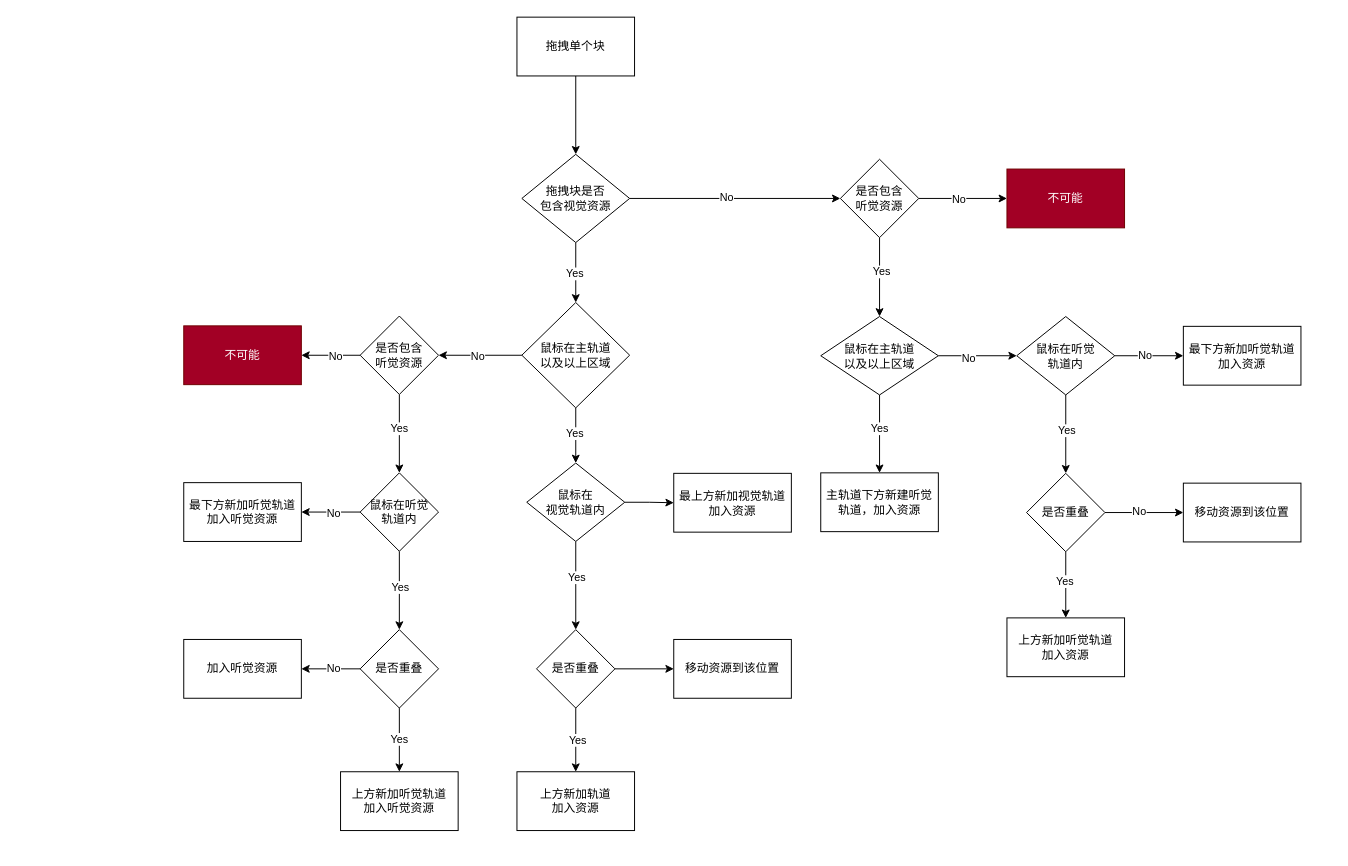
Before: page "第 2 页" (2 of 3) of drag flow.drawio in macfanr/drawio, a draw.io diagram. Source tidied: cells renumbered, new cells numbered last; positions are measured from the earlier drawing's top-left corner, leaving out a move shared by most shapes. Both pictures are drawn from the tidied source at 98%, with x=0, y=0 at pixel (183, 17).
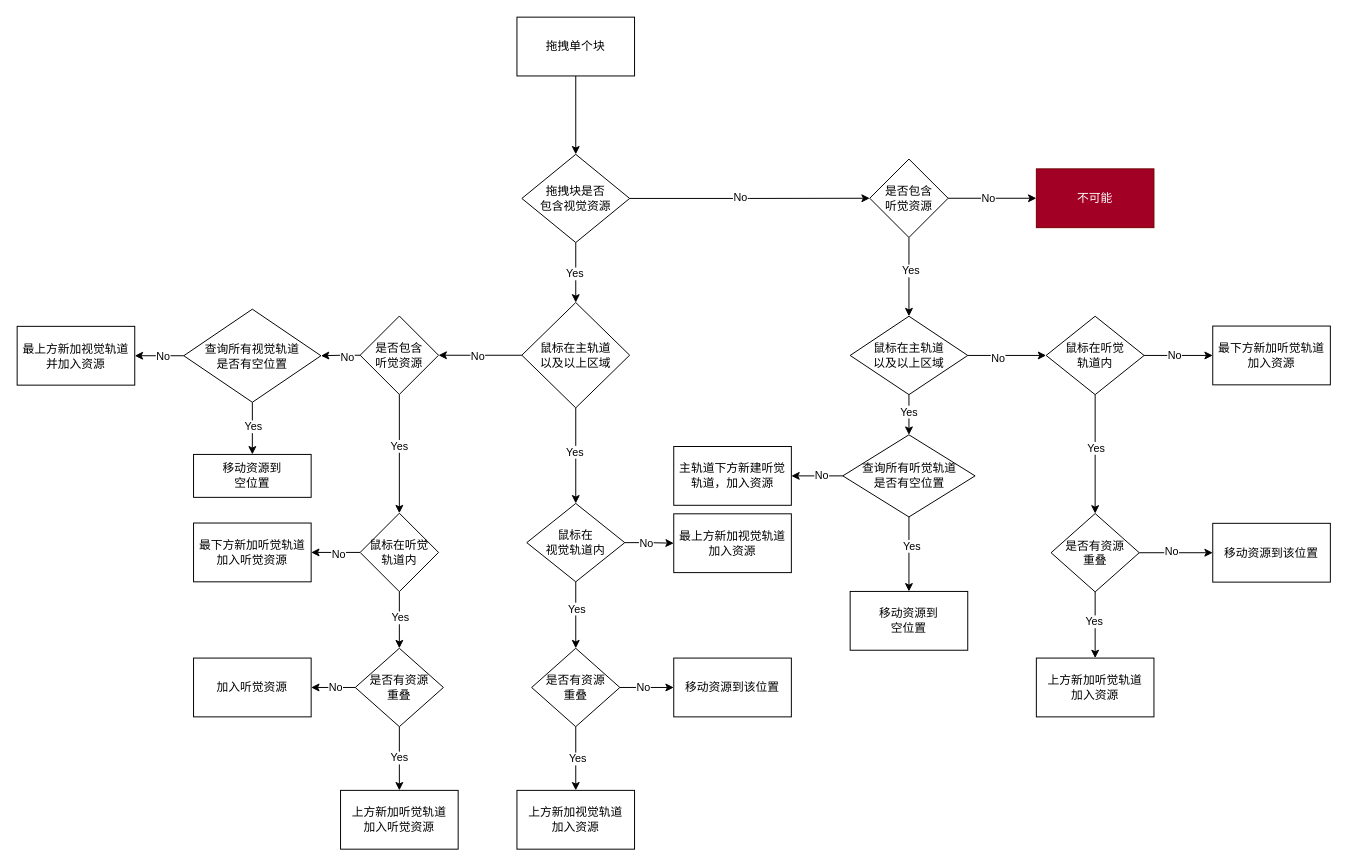
The same page after the edit.

Unchanged cells that the change refers to:
```xml
<mxCell id="18" value="&lt;span&gt;鼠标在主轨道&lt;/span&gt;&lt;br&gt;&lt;span&gt;以及以上区域&lt;/span&gt;" style="rhombus;whiteSpace=wrap;html=1;" parent="1" vertex="1">
  <mxGeometry x="345" y="291.2" width="110" height="107.5" as="geometry" />
</mxCell>
<mxCell id="41" style="edgeStyle=orthogonalEdgeStyle;rounded=0;jettySize=auto;html=1;" parent="1" edge="1" source="42" target="68">
  <mxGeometry relative="1" as="geometry" />
</mxCell>
<mxCell id="47" value="&lt;span&gt;是否包含&lt;/span&gt;&lt;br&gt;&lt;span&gt;听觉资源&lt;/span&gt;" style="rhombus;whiteSpace=wrap;html=1;" parent="1" vertex="1">
  <mxGeometry x="180" y="305" width="80" height="80" as="geometry" />
</mxCell>
<mxCell id="64" style="edgeStyle=orthogonalEdgeStyle;rounded=0;jettySize=auto;html=1;" parent="1" edge="1" source="65" target="67">
  <mxGeometry relative="1" as="geometry" />
</mxCell>
```

What changed in the source:
```diff
@@
-    <mxCell id="9" style="edgeStyle=orthogonalEdgeStyle;rounded=0;jettySize=auto;html=1;" parent="1" edge="1" source="13" target="19">
-      <mxGeometry relative="1" as="geometry" />
-    </mxCell>
-    <mxCell id="10" value="Yes" style="edgeLabel;html=1;align=center;verticalAlign=middle;" parent="9" vertex="1">
-      <mxGeometry x="-0.17" y="-1" relative="1" as="geometry">
-        <mxPoint y="1" as="offset" />
-      </mxGeometry>
-    </mxCell>
@@
+    <mxCell id="69" style="edgeStyle=orthogonalEdgeStyle;rounded=0;jettySize=auto;html=1;entryX=0.5;entryY=0;entryDx=0;entryDy=0;" parent="1" edge="1" source="13" target="83">
+      <mxGeometry relative="1" as="geometry" />
+    </mxCell>
+    <mxCell id="70" value="Yes" style="edgeLabel;html=1;align=center;verticalAlign=middle;" parent="69" vertex="1">
+      <mxGeometry x="-0.17" y="-1" relative="1" as="geometry" />
+    </mxCell>
     <mxCell id="13" value="鼠标在主轨道&lt;br&gt;以及以上区域" style="rhombus;whiteSpace=wrap;html=1;" parent="1" vertex="1">
-      <mxGeometry x="650" y="305.5" width="120" height="80" as="geometry" />
+      <mxGeometry x="680" y="305.2" width="120" height="80" as="geometry" />
     </mxCell>
-    <mxCell id="14" style="edgeStyle=orthogonalEdgeStyle;rounded=0;jettySize=auto;html=1;" parent="1" edge="1" source="18" target="42">
+    <mxCell id="14" style="edgeStyle=orthogonalEdgeStyle;rounded=0;jettySize=auto;html=1;exitX=0.5;exitY=1;exitDx=0;exitDy=0;" parent="1" edge="1" source="18" target="42">
       <mxGeometry relative="1" as="geometry" />
     </mxCell>
@@
-    <mxCell id="19" value="主轨道下方新建听觉&lt;br&gt;轨道，加入资源" style="whiteSpace=wrap;html=1;" parent="1" vertex="1">
-      <mxGeometry x="650" y="465" width="120" height="60" as="geometry" />
+    <mxCell id="19" value="移动资源到&lt;br&gt;空位置" style="whiteSpace=wrap;html=1;" parent="1" vertex="1">
+      <mxGeometry x="680" y="586" width="120" height="60" as="geometry" />
     </mxCell>
@@
     <mxCell id="24" value="鼠标在听觉&lt;br&gt;轨道内" style="rhombus;whiteSpace=wrap;html=1;" parent="1" vertex="1">
-      <mxGeometry x="850" y="305.5" width="100" height="80" as="geometry" />
+      <mxGeometry x="880" y="305.2" width="100" height="80" as="geometry" />
     </mxCell>
@@
-    <mxCell id="29" value="是否重叠" style="rhombus;whiteSpace=wrap;html=1;" parent="1" vertex="1">
-      <mxGeometry x="860" y="465.5" width="80" height="80" as="geometry" />
+    <mxCell id="29" value="是否有资源&lt;br&gt;重叠" style="rhombus;whiteSpace=wrap;html=1;" parent="1" vertex="1">
+      <mxGeometry x="885" y="506.5" width="90" height="80" as="geometry" />
     </mxCell>
     <mxCell id="30" value="最下方新加听觉轨道&lt;br&gt;加入资源" style="whiteSpace=wrap;html=1;" parent="1" vertex="1">
-      <mxGeometry x="1020" y="315.5" width="120" height="60" as="geometry" />
+      <mxGeometry x="1050" y="315.2" width="120" height="60" as="geometry" />
     </mxCell>
     <mxCell id="31" value="移动资源到该位置" style="whiteSpace=wrap;html=1;" parent="1" vertex="1">
-      <mxGeometry x="1020" y="475.5" width="120" height="60" as="geometry" />
+      <mxGeometry x="1050" y="516.5" width="120" height="60" as="geometry" />
     </mxCell>
     <mxCell id="32" value="上方新加听觉轨道&lt;br&gt;加入资源" style="whiteSpace=wrap;html=1;" parent="1" vertex="1">
-      <mxGeometry x="840" y="613" width="120" height="60" as="geometry" />
+      <mxGeometry x="870" y="654" width="120" height="60" as="geometry" />
     </mxCell>
@@
     <mxCell id="37" value="是否包含&lt;br&gt;听觉资源" style="rhombus;whiteSpace=wrap;html=1;" parent="1" vertex="1">
-      <mxGeometry x="670" y="145" width="80" height="80" as="geometry" />
+      <mxGeometry x="700" y="144.8" width="80" height="80" as="geometry" />
     </mxCell>
     <mxCell id="38" value="不可能" style="whiteSpace=wrap;html=1;fillColor=#a20025;fontColor=#ffffff;strokeColor=#6F0000;" parent="1" vertex="1">
-      <mxGeometry x="840" y="155" width="120" height="60" as="geometry" />
+      <mxGeometry x="870" y="154.8" width="120" height="60" as="geometry" />
     </mxCell>
@@
+    <mxCell id="71" value="No" style="edgeLabel;html=1;align=center;verticalAlign=middle;" parent="41" vertex="1">
+      <mxGeometry x="-0.17" relative="1" as="geometry" />
+    </mxCell>
     <mxCell id="42" value="鼠标在&lt;br&gt;视觉轨道内" style="rhombus;whiteSpace=wrap;html=1;" parent="1" vertex="1">
-      <mxGeometry x="350" y="455" width="100" height="80" as="geometry" />
+      <mxGeometry x="350" y="496.2" width="100" height="80" as="geometry" />
     </mxCell>
-    <mxCell id="43" style="edgeStyle=orthogonalEdgeStyle;rounded=0;jettySize=auto;html=1;" parent="1" edge="1" source="47" target="48">
+    <mxCell id="43" style="edgeStyle=orthogonalEdgeStyle;rounded=0;jettySize=auto;html=1;exitX=0;exitY=0.5;exitDx=0;exitDy=0;" parent="1" edge="1" source="77" target="48">
       <mxGeometry relative="1" as="geometry" />
     </mxCell>
@@
+    <mxCell id="72" style="edgeStyle=orthogonalEdgeStyle;rounded=0;jettySize=auto;html=1;" parent="1" edge="1" source="47" target="77">
+      <mxGeometry relative="1" as="geometry" />
+    </mxCell>
+    <mxCell id="73" value="No" style="edgeLabel;html=1;align=center;verticalAlign=middle;" parent="72" vertex="1">
+      <mxGeometry x="-0.29" y="1" relative="1" as="geometry" />
+    </mxCell>
@@
-    <mxCell id="48" value="不可能" style="whiteSpace=wrap;html=1;fillColor=#a20025;fontColor=#ffffff;strokeColor=#6F0000;" parent="1" vertex="1">
-      <mxGeometry y="315" width="120" height="60" as="geometry" />
+    <mxCell id="48" value="最上方新加视觉轨道&lt;br&gt;并加入资源" style="whiteSpace=wrap;html=1;" parent="1" vertex="1">
+      <mxGeometry x="-170" y="315.5" width="120" height="60" as="geometry" />
     </mxCell>
@@
     <mxCell id="53" value="&lt;span&gt;鼠标在听觉&lt;/span&gt;&lt;br&gt;&lt;span&gt;轨道内&lt;/span&gt;" style="rhombus;whiteSpace=wrap;html=1;" parent="1" vertex="1">
-      <mxGeometry x="180" y="465" width="80" height="80" as="geometry" />
+      <mxGeometry x="180" y="506.2" width="80" height="80" as="geometry" />
     </mxCell>
@@
-    <mxCell id="58" value="&lt;span&gt;是否重叠&lt;/span&gt;" style="rhombus;whiteSpace=wrap;html=1;" parent="1" vertex="1">
-      <mxGeometry x="180" y="625" width="80" height="80" as="geometry" />
+    <mxCell id="58" value="是否有资源&lt;br&gt;重叠" style="rhombus;whiteSpace=wrap;html=1;" parent="1" vertex="1">
+      <mxGeometry x="175" y="644" width="90" height="80" as="geometry" />
     </mxCell>
     <mxCell id="59" value="&lt;span&gt;上方新加听觉轨道&lt;/span&gt;&lt;br&gt;加入听觉资源" style="whiteSpace=wrap;html=1;" parent="1" vertex="1">
-      <mxGeometry x="160" y="770" width="120" height="60" as="geometry" />
+      <mxGeometry x="160" y="789" width="120" height="60" as="geometry" />
     </mxCell>
     <mxCell id="60" value="加入听觉资源" style="whiteSpace=wrap;html=1;" parent="1" vertex="1">
-      <mxGeometry y="635" width="120" height="60" as="geometry" />
+      <mxGeometry x="10" y="654" width="120" height="60" as="geometry" />
     </mxCell>
     <mxCell id="61" value="&lt;span&gt;最下方新加听觉轨道&lt;/span&gt;&lt;br&gt;&lt;span&gt;加入听觉资源&lt;/span&gt;" style="whiteSpace=wrap;html=1;" parent="1" vertex="1">
-      <mxGeometry y="475" width="120" height="60" as="geometry" />
+      <mxGeometry x="10" y="516.2" width="120" height="60" as="geometry" />
     </mxCell>
@@
+    <mxCell id="74" value="No" style="edgeLabel;html=1;align=center;verticalAlign=middle;" parent="64" vertex="1">
+      <mxGeometry x="-0.16" y="2" relative="1" as="geometry">
+        <mxPoint y="1" as="offset" />
+      </mxGeometry>
+    </mxCell>
-    <mxCell id="65" value="是否重叠" style="rhombus;whiteSpace=wrap;html=1;" parent="1" vertex="1">
-      <mxGeometry x="360" y="625" width="80" height="80" as="geometry" />
+    <mxCell id="65" value="是否有资源&lt;br&gt;重叠" style="rhombus;whiteSpace=wrap;html=1;" parent="1" vertex="1">
+      <mxGeometry x="355" y="644" width="90" height="80" as="geometry" />
     </mxCell>
-    <mxCell id="66" value="上方新加轨道&lt;br&gt;加入资源" style="whiteSpace=wrap;html=1;" parent="1" vertex="1">
-      <mxGeometry x="340" y="770" width="120" height="60" as="geometry" />
+    <mxCell id="66" value="上方新加视觉轨道&lt;br&gt;加入资源" style="whiteSpace=wrap;html=1;" parent="1" vertex="1">
+      <mxGeometry x="340" y="789" width="120" height="60" as="geometry" />
     </mxCell>
     <mxCell id="67" value="移动资源到该位置" style="whiteSpace=wrap;html=1;" parent="1" vertex="1">
-      <mxGeometry x="500" y="635" width="120" height="60" as="geometry" />
+      <mxGeometry x="500" y="654" width="120" height="60" as="geometry" />
     </mxCell>
     <mxCell id="68" value="最上方新加视觉轨道&lt;br&gt;加入资源" style="whiteSpace=wrap;html=1;" parent="1" vertex="1">
-      <mxGeometry x="500" y="465.5" width="120" height="60" as="geometry" />
+      <mxGeometry x="500" y="506.8" width="120" height="60" as="geometry" />
     </mxCell>
+    <mxCell id="75" style="edgeStyle=orthogonalEdgeStyle;rounded=0;jettySize=auto;html=1;" parent="1" edge="1" source="77" target="78">
+      <mxGeometry relative="1" as="geometry" />
+    </mxCell>
+    <mxCell id="76" value="Yes" style="edgeLabel;html=1;align=center;verticalAlign=middle;" parent="75" vertex="1">
+      <mxGeometry x="-0.1" relative="1" as="geometry" />
+    </mxCell>
+    <mxCell id="77" value="查询所有视觉轨道&lt;br&gt;是否有空位置" style="rhombus;whiteSpace=wrap;html=1;" parent="1" vertex="1">
+      <mxGeometry y="298" width="140" height="95" as="geometry" />
+    </mxCell>
+    <mxCell id="78" value="移动资源到&lt;br&gt;空位置" style="whiteSpace=wrap;html=1;" parent="1" vertex="1">
+      <mxGeometry x="10" y="446.2" width="120" height="43.8" as="geometry" />
+    </mxCell>
+    <mxCell id="79" style="edgeStyle=orthogonalEdgeStyle;rounded=0;jettySize=auto;html=1;exitX=0.5;exitY=1;exitDx=0;exitDy=0;" parent="1" edge="1" source="83" target="19">
+      <mxGeometry relative="1" as="geometry" />
+    </mxCell>
+    <mxCell id="80" value="Yes" style="edgeLabel;html=1;align=center;verticalAlign=middle;" parent="79" vertex="1">
+      <mxGeometry x="-0.23" y="2" relative="1" as="geometry" />
+    </mxCell>
+    <mxCell id="81" style="edgeStyle=orthogonalEdgeStyle;rounded=0;jettySize=auto;html=1;" parent="1" edge="1" source="83" target="84">
+      <mxGeometry relative="1" as="geometry" />
+    </mxCell>
+    <mxCell id="82" value="No" style="edgeLabel;html=1;align=center;verticalAlign=middle;" parent="81" vertex="1">
+      <mxGeometry x="-0.18" y="-1" relative="1" as="geometry" />
+    </mxCell>
+    <mxCell id="83" value="查询所有听觉轨道&lt;br&gt;是否有空位置" style="rhombus;whiteSpace=wrap;html=1;" parent="1" vertex="1">
+      <mxGeometry x="672.5" y="426.2" width="135" height="83.8" as="geometry" />
+    </mxCell>
+    <mxCell id="84" value="主轨道下方新建听觉&lt;br&gt;轨道，加入资源" style="whiteSpace=wrap;html=1;" parent="1" vertex="1">
+      <mxGeometry x="500" y="438.1" width="120" height="60" as="geometry" />
+    </mxCell>
```
